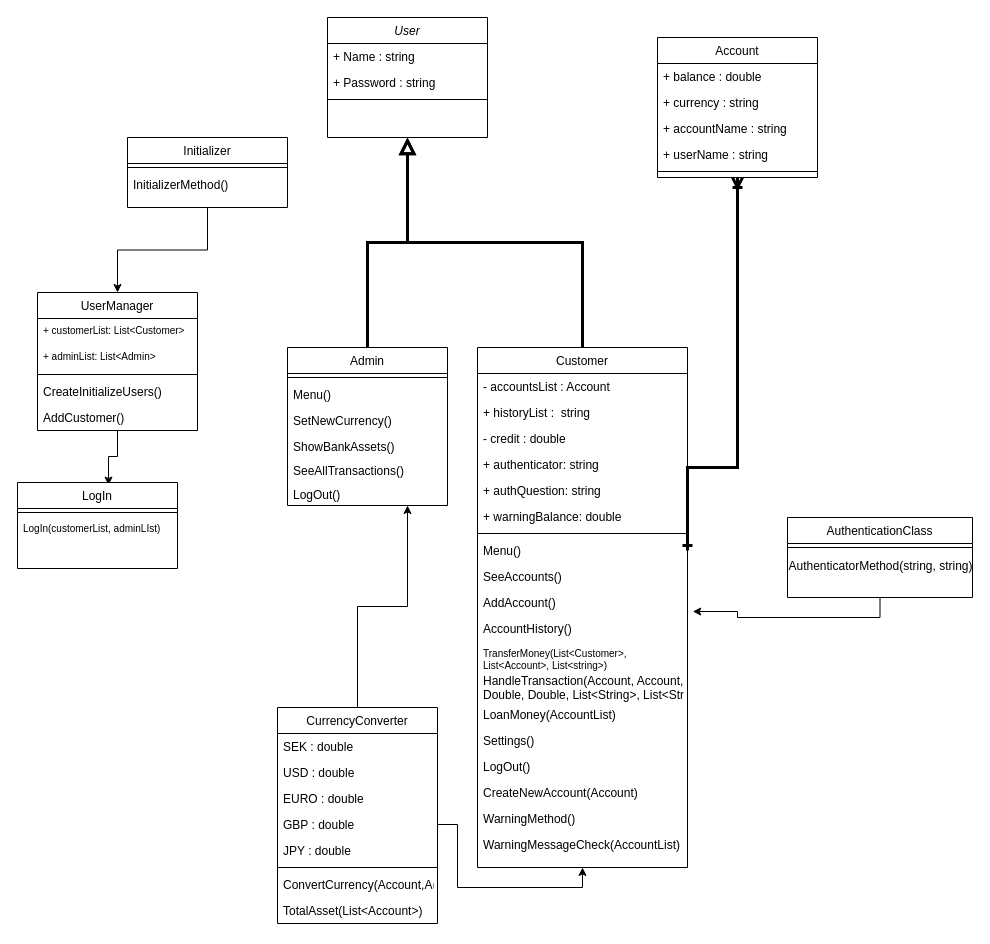
The draw.io diagram Classdiagram.drawio in DanielJohansson1989/Group_Project_Loop_Legends, before the edit. Source tidied: cells renumbered, new cells numbered last; positions are measured from the earlier drawing's top-left corner, leaving out a move shared by most shapes. Both pictures are drawn from the tidied source at 100%, with x=0, y=0 at pixel (17, 17).
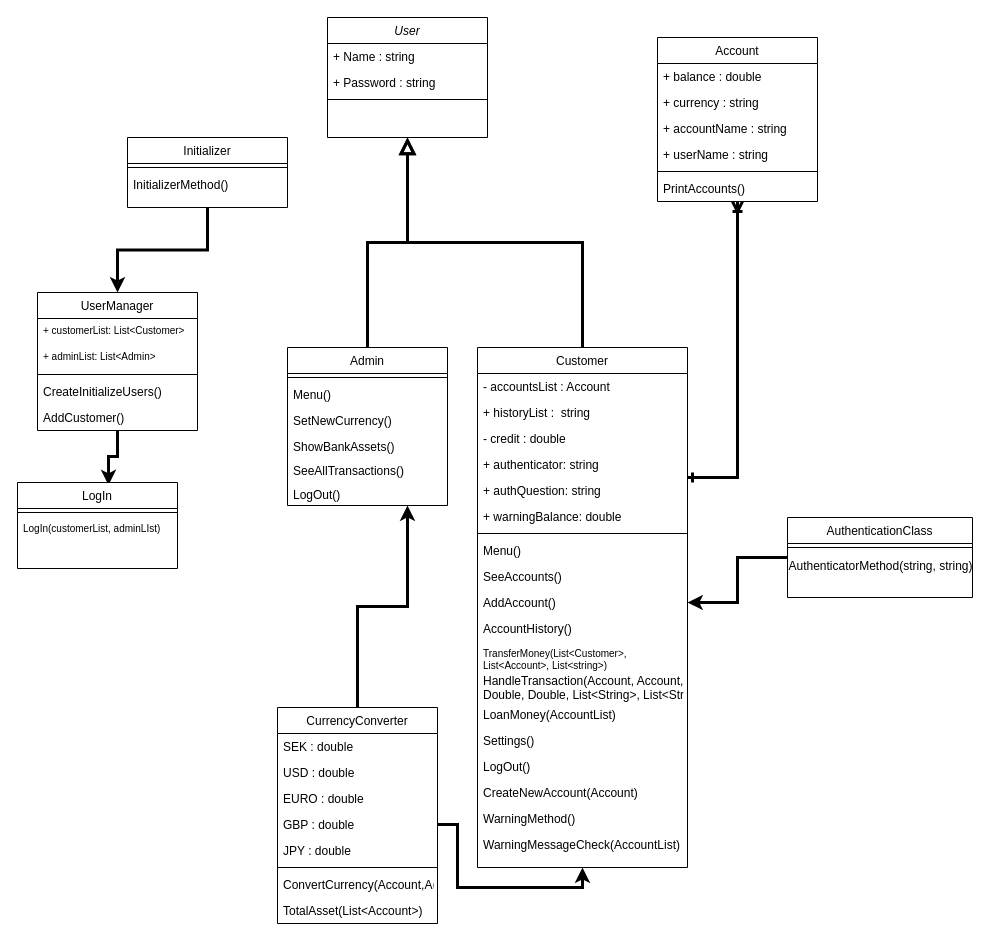
The same page after the edit.

Commit message:
Uppdated arrows

The change refers to these unchanged cells:
```xml
<mxCell id="6" value="Admin" style="swimlane;fontStyle=0;align=center;verticalAlign=top;horizontal=1;startSize=26;rounded=0;shadow=0;strokeWidth=1;" parent="1" vertex="1">
  <mxGeometry x="270" y="330" width="160" height="158" as="geometry" />
</mxCell>
<mxCell id="14" value="Customer" style="swimlane;fontStyle=0;align=center;verticalAlign=top;horizontal=1;startSize=26;rounded=0;shadow=0;strokeWidth=1;" parent="1" vertex="1">
  <mxGeometry x="460" y="330" width="210" height="520" as="geometry" />
</mxCell>
<mxCell id="22" value="Menu()" style="text;align=left;verticalAlign=top;spacingLeft=4;spacingRight=4;overflow=hidden;points=[[0,0.5],[1,0.5]];portConstraint=eastwest;" parent="14" vertex="1">
  <mxGeometry y="190" width="210" height="26" as="geometry" />
</mxCell>
<mxCell id="24" value="AddAccount()" style="text;align=left;verticalAlign=top;spacingLeft=4;spacingRight=4;overflow=hidden;points=[[0,0.5],[1,0.5]];portConstraint=eastwest;" parent="14" vertex="1">
  <mxGeometry y="242" width="210" height="26" as="geometry" />
</mxCell>
<mxCell id="25" value="AccountHistory()" style="text;align=left;verticalAlign=top;spacingLeft=4;spacingRight=4;overflow=hidden;points=[[0,0.5],[1,0.5]];portConstraint=eastwest;" parent="14" vertex="1">
  <mxGeometry y="268" width="210" height="26" as="geometry" />
</mxCell>
<mxCell id="43" value="CurrencyConverter" style="swimlane;fontStyle=0;align=center;verticalAlign=top;horizontal=1;startSize=26;rounded=0;shadow=0;strokeWidth=1;" parent="1" vertex="1">
  <mxGeometry x="260" y="690" width="160" height="216" as="geometry" />
</mxCell>
<mxCell id="47" value="GBP : double" style="text;align=left;verticalAlign=top;spacingLeft=4;spacingRight=4;overflow=hidden;points=[[0,0.5],[1,0.5]];portConstraint=eastwest;" parent="43" vertex="1">
  <mxGeometry y="104" width="160" height="26" as="geometry" />
</mxCell>
<mxCell id="53" value="Initializer" style="swimlane;fontStyle=0;align=center;verticalAlign=top;horizontal=1;startSize=26;rounded=0;shadow=0;strokeWidth=1;" parent="1" vertex="1">
  <mxGeometry x="110" y="120" width="160" height="70" as="geometry" />
</mxCell>
<mxCell id="57" value="UserManager" style="swimlane;fontStyle=0;align=center;verticalAlign=top;horizontal=1;startSize=26;rounded=0;shadow=0;strokeWidth=1;" parent="1" vertex="1">
  <mxGeometry x="20" y="275" width="160" height="138" as="geometry" />
</mxCell>
<mxCell id="63" value="LogIn" style="swimlane;fontStyle=0;align=center;verticalAlign=top;horizontal=1;startSize=26;rounded=0;shadow=0;strokeWidth=1;" parent="1" vertex="1">
  <mxGeometry y="465" width="160" height="86" as="geometry" />
</mxCell>
<mxCell id="66" value="AuthenticationClass" style="swimlane;fontStyle=0;align=center;verticalAlign=top;horizontal=1;startSize=26;rounded=0;shadow=0;strokeWidth=1;" parent="1" vertex="1">
  <mxGeometry x="770" y="500" width="185" height="80" as="geometry" />
</mxCell>
```

Change to the diagram source:
```diff
@@
+    <mxCell id="41" style="endArrow=ERoneToMany;shadow=0;strokeWidth=3;rounded=0;endFill=0;edgeStyle=elbowEdgeStyle;elbow=vertical;startArrow=ERone;startFill=0;entryX=0.5;entryY=1;entryDx=0;entryDy=0;" parent="14" edge="1" target="35">
+      <mxGeometry x="0.5" y="41" relative="1" as="geometry">
+        <mxPoint x="210" y="130" as="sourcePoint" />
+        <Array as="points">
+          <mxPoint x="240" y="130" />
+        </Array>
+        <mxPoint x="-40" y="32" as="offset" />
+      </mxGeometry>
+    </mxCell>
@@
     <mxCell id="35" value="Account" style="swimlane;fontStyle=0;align=center;verticalAlign=top;horizontal=1;startSize=26;rounded=0;shadow=0;strokeWidth=1;" parent="1" vertex="1">
-      <mxGeometry x="640" y="20" width="160" height="140" as="geometry" />
+      <mxGeometry x="640" y="20" width="160" height="164" as="geometry" />
     </mxCell>
@@
-    <mxCell id="41" style="endArrow=ERoneToMany;shadow=0;strokeWidth=3;rounded=0;endFill=0;edgeStyle=elbowEdgeStyle;elbow=vertical;startArrow=ERone;startFill=0;entryX=0.5;entryY=1;entryDx=0;entryDy=0;exitX=1;exitY=0.5;exitDx=0;exitDy=0;" parent="1" edge="1" source="22" target="35">
-      <mxGeometry x="0.5" y="41" relative="1" as="geometry">
-        <Array as="points">
-          <mxPoint x="680" y="450" />
-        </Array>
-        <mxPoint x="-40" y="32" as="offset" />
-      </mxGeometry>
-    </mxCell>
+    <mxCell id="71" value="PrintAccounts()" style="text;align=left;verticalAlign=top;spacingLeft=4;spacingRight=4;overflow=hidden;rounded=0;shadow=0;html=0;" parent="35" vertex="1">
+      <mxGeometry y="138" width="160" height="26" as="geometry" />
+    </mxCell>
-    <mxCell id="42" style="edgeStyle=orthogonalEdgeStyle;rounded=0;jettySize=auto;html=1;entryX=0.75;entryY=1;entryDx=0;entryDy=0;exitX=0.5;exitY=0;exitDx=0;exitDy=0;" parent="1" edge="1" source="43" target="6">
+    <mxCell id="42" style="edgeStyle=orthogonalEdgeStyle;rounded=0;jettySize=auto;html=1;entryX=0.75;entryY=1;entryDx=0;entryDy=0;exitX=0.5;exitY=0;exitDx=0;exitDy=0;strokeWidth=3;" parent="1" edge="1" source="43" target="6">
       <mxGeometry relative="1" as="geometry" />
     </mxCell>
@@
-    <mxCell id="52" style="edgeStyle=orthogonalEdgeStyle;rounded=0;jettySize=auto;html=1;entryX=0.5;entryY=0;entryDx=0;entryDy=0;" parent="1" edge="1" source="53" target="57">
+    <mxCell id="52" style="edgeStyle=orthogonalEdgeStyle;rounded=0;jettySize=auto;html=1;entryX=0.5;entryY=0;entryDx=0;entryDy=0;strokeWidth=3;" parent="1" edge="1" source="53" target="57">
       <mxGeometry relative="1" as="geometry" />
     </mxCell>
@@
-    <mxCell id="56" style="edgeStyle=orthogonalEdgeStyle;rounded=0;jettySize=auto;html=1;entryX=0.569;entryY=0.03;entryDx=0;entryDy=0;entryPerimeter=0;" parent="1" edge="1" source="57" target="63">
+    <mxCell id="56" style="edgeStyle=orthogonalEdgeStyle;rounded=0;jettySize=auto;html=1;entryX=0.569;entryY=0.03;entryDx=0;entryDy=0;entryPerimeter=0;strokeWidth=3;" parent="1" edge="1" source="57" target="63">
       <mxGeometry relative="1" as="geometry" />
     </mxCell>
@@
-    <mxCell id="69" style="edgeStyle=orthogonalEdgeStyle;rounded=0;jettySize=auto;html=1;entryX=1.025;entryY=-0.154;entryDx=0;entryDy=0;entryPerimeter=0;" parent="1" edge="1" source="66" target="25">
+    <mxCell id="69" style="edgeStyle=orthogonalEdgeStyle;rounded=0;jettySize=auto;html=1;entryX=1;entryY=0.5;entryDx=0;entryDy=0;strokeWidth=3;" parent="1" edge="1" source="66" target="24">
       <mxGeometry relative="1" as="geometry" />
     </mxCell>
-    <mxCell id="70" style="edgeStyle=orthogonalEdgeStyle;rounded=0;jettySize=auto;html=1;exitX=1;exitY=0.5;exitDx=0;exitDy=0;entryX=0.5;entryY=1;entryDx=0;entryDy=0;" parent="1" edge="1" source="47" target="14">
+    <mxCell id="70" style="edgeStyle=orthogonalEdgeStyle;rounded=0;jettySize=auto;html=1;exitX=1;exitY=0.5;exitDx=0;exitDy=0;entryX=0.5;entryY=1;entryDx=0;entryDy=0;strokeWidth=3;" parent="1" edge="1" source="47" target="14">
       <mxGeometry relative="1" as="geometry" />
     </mxCell>
```
